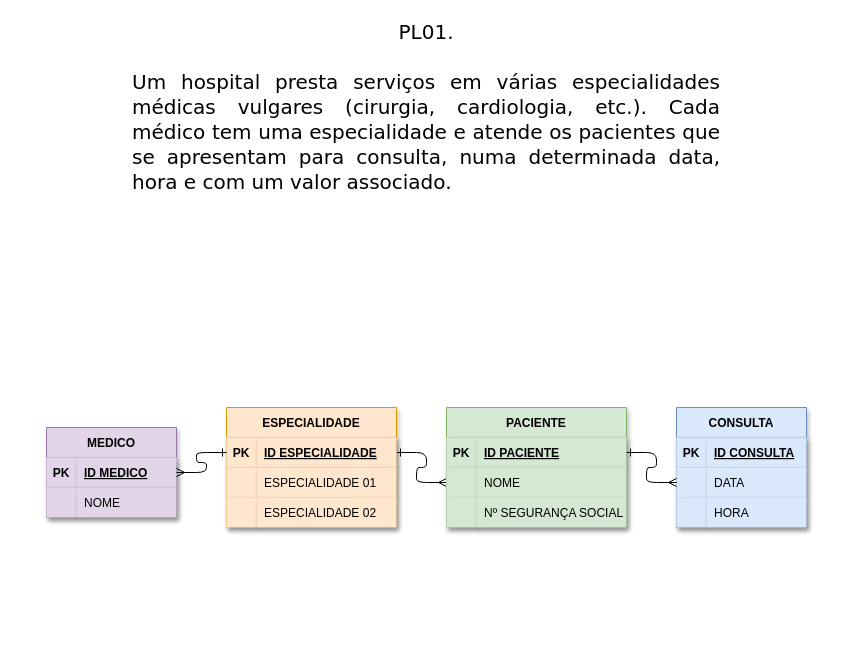
Earlier version of the draw.io diagram modelodados-pl01.drawio (NeanderFontes/ItCenter-DB). Source tidied: cells renumbered, new cells numbered last; positions are measured from the earlier drawing's top-left corner, leaving out a move shared by most shapes. Both pictures are drawn from the tidied source at 100%, with x=0, y=0 at pixel (46, 17).
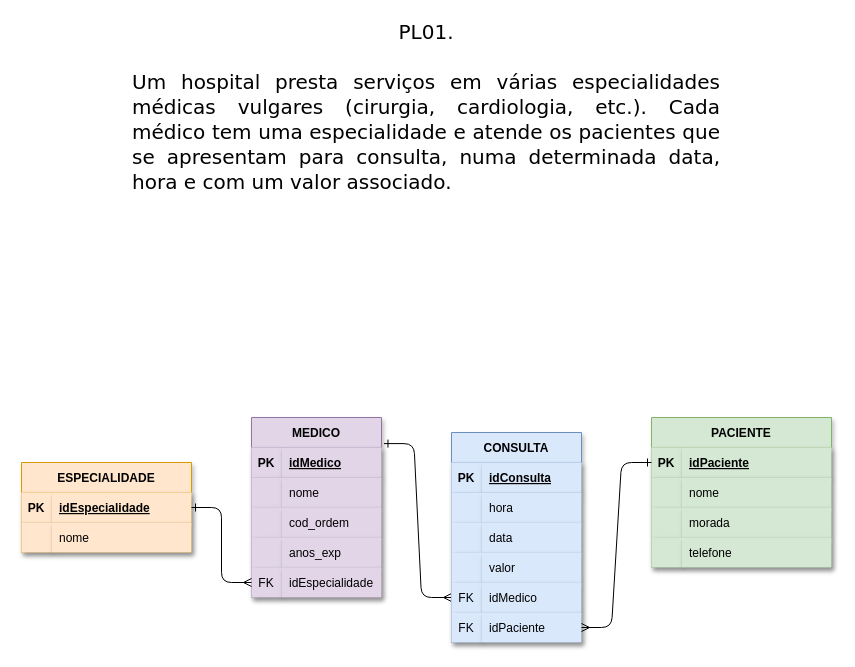
After the change.

Unchanged cells that the change refers to:
```xml
<mxCell id="4" style="shape=partialRectangle;fillColor=#ffe6cc;points=[[0,0.5],[1,0.5]];portConstraint=eastwest;top=0;left=0;right=0;bottom=1;strokeColor=#d79b00;swimlaneLine=1;shadow=1;" parent="3" vertex="1">
  <mxGeometry y="30" width="170" height="30" as="geometry" />
</mxCell>
<mxCell id="7" style="shape=partialRectangle;fillColor=#ffe6cc;top=0;left=0;right=0;bottom=0;strokeColor=#d79b00;swimlaneLine=1;shadow=1;" parent="3" vertex="1">
  <mxGeometry y="60" width="170" height="30" as="geometry" />
</mxCell>
<mxCell id="14" style="shape=partialRectangle;fillColor=#d5e8d4;points=[[0,0.5],[1,0.5]];portConstraint=eastwest;top=0;left=0;right=0;bottom=1;strokeColor=#82b366;swimlaneLine=1;shadow=1;" parent="13" vertex="1">
  <mxGeometry y="30" width="180" height="30" as="geometry" />
</mxCell>
<mxCell id="17" style="shape=partialRectangle;fillColor=#d5e8d4;points=[[0,0.5],[1,0.5]];portConstraint=eastwest;top=0;left=0;right=0;bottom=0;strokeColor=#82b366;swimlaneLine=1;shadow=1;" parent="13" vertex="1">
  <mxGeometry y="60" width="180" height="30" as="geometry" />
</mxCell>
<mxCell id="20" style="shape=partialRectangle;fillColor=#d5e8d4;top=0;left=0;right=0;bottom=0;strokeColor=#82b366;swimlaneLine=1;shadow=1;" parent="13" vertex="1">
  <mxGeometry y="90" width="180" height="30" as="geometry" />
</mxCell>
<mxCell id="24" style="shape=partialRectangle;fillColor=#e1d5e7;points=[[0,0.5],[1,0.5]];portConstraint=eastwest;top=0;left=0;right=0;bottom=1;strokeColor=#9673a6;swimlaneLine=1;shadow=1;" parent="23" vertex="1">
  <mxGeometry y="30" width="130" height="30" as="geometry" />
</mxCell>
<mxCell id="27" style="shape=partialRectangle;fillColor=#e1d5e7;top=0;left=0;right=0;bottom=0;strokeColor=#9673a6;swimlaneLine=1;shadow=1;" parent="23" vertex="1">
  <mxGeometry y="60" width="130" height="30" as="geometry" />
</mxCell>
<mxCell id="31" style="shape=partialRectangle;fillColor=#dae8fc;top=0;left=0;right=0;bottom=1;strokeColor=#6c8ebf;swimlaneLine=1;shadow=1;" parent="30" vertex="1">
  <mxGeometry y="30" width="130" height="30" as="geometry" />
</mxCell>
<mxCell id="34" style="shape=partialRectangle;fillColor=#dae8fc;points=[[0,0.5],[1,0.5]];portConstraint=eastwest;top=0;left=0;right=0;bottom=0;strokeColor=#6c8ebf;swimlaneLine=1;shadow=1;" parent="30" vertex="1">
  <mxGeometry y="60" width="130" height="30" as="geometry" />
</mxCell>
<mxCell id="37" style="shape=partialRectangle;fillColor=#dae8fc;top=0;left=0;right=0;bottom=0;strokeColor=#6c8ebf;swimlaneLine=1;shadow=1;" parent="30" vertex="1">
  <mxGeometry y="90" width="130" height="30" as="geometry" />
</mxCell>
```

Diff of the diagram source:
```diff
@@
-    <mxCell id="2" style="edgeStyle=entityRelationEdgeStyle;endArrow=ERmany;startArrow=ERone;endFill=0;startFill=0;swimlaneLine=1;shadow=0;" parent="1" edge="1" source="4" target="17">
+    <mxCell id="2" style="edgeStyle=entityRelationEdgeStyle;endArrow=ERmany;startArrow=ERone;endFill=0;startFill=0;swimlaneLine=1;shadow=0;entryX=0;entryY=0.5;entryDx=0;entryDy=0;exitX=1.019;exitY=0.145;exitDx=0;exitDy=0;exitPerimeter=0;" parent="1" edge="1" source="23" target="58">
       <mxGeometry relative="1" as="geometry" />
     </mxCell>
     <mxCell id="3" value="ESPECIALIDADE" style="shape=table;startSize=30;childLayout=tableLayout;rowLines=0;fontStyle=1;align=center;fillColor=#ffe6cc;strokeColor=#d79b00;swimlaneLine=1;shadow=1;" parent="1" vertex="1">
-      <mxGeometry x="180" y="390" width="170" height="120" as="geometry" />
+      <mxGeometry x="-25" y="445" width="170" height="90" as="geometry" />
     </mxCell>
@@
-    <mxCell id="6" value="ID ESPECIALIDADE" style="shape=partialRectangle;overflow=hidden;fillColor=#ffe6cc;top=0;left=0;bottom=0;right=0;align=left;spacingLeft=6;fontStyle=5;strokeColor=#d79b00;swimlaneLine=1;shadow=1;" parent="4" vertex="1">
+    <mxCell id="6" value="idEspecialidade" style="shape=partialRectangle;overflow=hidden;fillColor=#ffe6cc;top=0;left=0;bottom=0;right=0;align=left;spacingLeft=6;fontStyle=5;strokeColor=#d79b00;swimlaneLine=1;shadow=1;" parent="4" vertex="1">
       <mxGeometry x="30" width="140" height="30" as="geometry" />
     </mxCell>
@@
-    <mxCell id="9" value="ESPECIALIDADE 01" style="shape=partialRectangle;overflow=hidden;fillColor=#ffe6cc;top=0;left=0;bottom=0;right=0;align=left;spacingLeft=6;strokeColor=#d79b00;swimlaneLine=1;shadow=1;" parent="7" vertex="1">
+    <mxCell id="9" value="nome" style="shape=partialRectangle;overflow=hidden;fillColor=#ffe6cc;top=0;left=0;bottom=0;right=0;align=left;spacingLeft=6;strokeColor=#d79b00;swimlaneLine=1;shadow=1;" parent="7" vertex="1">
       <mxGeometry x="30" width="140" height="30" as="geometry" />
     </mxCell>
-    <mxCell id="10" style="shape=partialRectangle;fillColor=#ffe6cc;top=0;left=0;right=0;bottom=0;strokeColor=#d79b00;swimlaneLine=1;shadow=1;" parent="3" vertex="1">
-      <mxGeometry y="90" width="170" height="30" as="geometry" />
-    </mxCell>
-    <mxCell id="11" style="shape=partialRectangle;overflow=hidden;fillColor=#ffe6cc;top=0;left=0;bottom=0;right=0;strokeColor=#d79b00;swimlaneLine=1;shadow=1;" parent="10" vertex="1">
-      <mxGeometry width="30" height="30" as="geometry" />
-    </mxCell>
-    <mxCell id="12" value="ESPECIALIDADE 02" style="shape=partialRectangle;overflow=hidden;fillColor=#ffe6cc;top=0;left=0;bottom=0;right=0;align=left;spacingLeft=6;strokeColor=#d79b00;swimlaneLine=1;shadow=1;" parent="10" vertex="1">
-      <mxGeometry x="30" width="140" height="30" as="geometry" />
-    </mxCell>
     <mxCell id="13" value="PACIENTE" style="shape=table;startSize=30;childLayout=tableLayout;rowLines=0;fontStyle=1;align=center;fillColor=#d5e8d4;strokeColor=#82b366;swimlaneLine=1;shadow=1;" parent="1" vertex="1">
-      <mxGeometry x="400" y="390" width="180" height="120" as="geometry" />
+      <mxGeometry x="605" y="400" width="180" height="150" as="geometry" />
     </mxCell>
@@
-    <mxCell id="16" value="ID PACIENTE" style="shape=partialRectangle;overflow=hidden;fillColor=#d5e8d4;top=0;left=0;bottom=0;right=0;align=left;spacingLeft=6;fontStyle=5;strokeColor=#82b366;swimlaneLine=1;shadow=1;" parent="14" vertex="1">
+    <mxCell id="16" value="idPaciente" style="shape=partialRectangle;overflow=hidden;fillColor=#d5e8d4;top=0;left=0;bottom=0;right=0;align=left;spacingLeft=6;fontStyle=5;strokeColor=#82b366;swimlaneLine=1;shadow=1;" parent="14" vertex="1">
       <mxGeometry x="30" width="150" height="30" as="geometry" />
     </mxCell>
@@
-    <mxCell id="19" value="NOME" style="shape=partialRectangle;overflow=hidden;fillColor=#d5e8d4;top=0;left=0;bottom=0;right=0;align=left;spacingLeft=6;strokeColor=#82b366;swimlaneLine=1;shadow=1;" parent="17" vertex="1">
+    <mxCell id="19" value="nome" style="shape=partialRectangle;overflow=hidden;fillColor=#d5e8d4;top=0;left=0;bottom=0;right=0;align=left;spacingLeft=6;strokeColor=#82b366;swimlaneLine=1;shadow=1;" parent="17" vertex="1">
       <mxGeometry x="30" width="150" height="30" as="geometry" />
     </mxCell>
@@
-    <mxCell id="22" value="Nº SEGURANÇA SOCIAL" style="shape=partialRectangle;overflow=hidden;fillColor=#d5e8d4;top=0;left=0;bottom=0;right=0;align=left;spacingLeft=6;strokeColor=#82b366;swimlaneLine=1;shadow=1;" parent="20" vertex="1">
+    <mxCell id="22" value="morada" style="shape=partialRectangle;overflow=hidden;fillColor=#d5e8d4;top=0;left=0;bottom=0;right=0;align=left;spacingLeft=6;strokeColor=#82b366;swimlaneLine=1;shadow=1;" parent="20" vertex="1">
       <mxGeometry x="30" width="150" height="30" as="geometry" />
     </mxCell>
+    <mxCell id="43" style="shape=partialRectangle;fillColor=#d5e8d4;top=0;left=0;right=0;bottom=0;strokeColor=#82b366;swimlaneLine=1;shadow=1;" parent="13" vertex="1">
+      <mxGeometry y="120" width="180" height="30" as="geometry" />
+    </mxCell>
+    <mxCell id="44" style="shape=partialRectangle;overflow=hidden;fillColor=#d5e8d4;top=0;left=0;bottom=0;right=0;strokeColor=#82b366;swimlaneLine=1;shadow=1;" parent="43" vertex="1">
+      <mxGeometry width="30" height="30" as="geometry" />
+    </mxCell>
+    <mxCell id="45" value="telefone" style="shape=partialRectangle;overflow=hidden;fillColor=#d5e8d4;top=0;left=0;bottom=0;right=0;align=left;spacingLeft=6;strokeColor=#82b366;swimlaneLine=1;shadow=1;" parent="43" vertex="1">
+      <mxGeometry x="30" width="150" height="30" as="geometry" />
+    </mxCell>
     <mxCell id="23" value="MEDICO" style="shape=table;startSize=30;childLayout=tableLayout;rowLines=0;fontStyle=1;align=center;fillColor=#e1d5e7;strokeColor=#9673a6;swimlaneLine=1;shadow=1;" parent="1" vertex="1">
-      <mxGeometry y="410" width="130" height="90" as="geometry" />
+      <mxGeometry x="205" y="400" width="130" height="180" as="geometry" />
     </mxCell>
@@
-    <mxCell id="26" value="ID MEDICO" style="shape=partialRectangle;overflow=hidden;fillColor=#e1d5e7;top=0;left=0;bottom=0;right=0;align=left;spacingLeft=6;fontStyle=5;strokeColor=#9673a6;swimlaneLine=1;shadow=1;" parent="24" vertex="1">
+    <mxCell id="26" value="idMedico" style="shape=partialRectangle;overflow=hidden;fillColor=#e1d5e7;top=0;left=0;bottom=0;right=0;align=left;spacingLeft=6;fontStyle=5;strokeColor=#9673a6;swimlaneLine=1;shadow=1;" parent="24" vertex="1">
       <mxGeometry x="30" width="100" height="30" as="geometry" />
     </mxCell>
@@
-    <mxCell id="29" value="NOME" style="shape=partialRectangle;overflow=hidden;fillColor=#e1d5e7;top=0;left=0;bottom=0;right=0;align=left;spacingLeft=6;strokeColor=#9673a6;swimlaneLine=1;shadow=1;" parent="27" vertex="1">
+    <mxCell id="29" value="nome" style="shape=partialRectangle;overflow=hidden;fillColor=#e1d5e7;top=0;left=0;bottom=0;right=0;align=left;spacingLeft=6;strokeColor=#9673a6;swimlaneLine=1;shadow=1;" parent="27" vertex="1">
       <mxGeometry x="30" width="100" height="30" as="geometry" />
     </mxCell>
+    <mxCell id="46" style="shape=partialRectangle;fillColor=#e1d5e7;top=0;left=0;right=0;bottom=0;strokeColor=#9673a6;swimlaneLine=1;shadow=1;" parent="23" vertex="1">
+      <mxGeometry y="90" width="130" height="30" as="geometry" />
+    </mxCell>
+    <mxCell id="47" style="shape=partialRectangle;overflow=hidden;fillColor=#e1d5e7;top=0;left=0;bottom=0;right=0;strokeColor=#9673a6;swimlaneLine=1;shadow=1;" parent="46" vertex="1">
+      <mxGeometry width="30" height="30" as="geometry" />
+    </mxCell>
+    <mxCell id="48" value="cod_ordem" style="shape=partialRectangle;overflow=hidden;fillColor=#e1d5e7;top=0;left=0;bottom=0;right=0;align=left;spacingLeft=6;strokeColor=#9673a6;swimlaneLine=1;shadow=1;" parent="46" vertex="1">
+      <mxGeometry x="30" width="100" height="30" as="geometry" />
+    </mxCell>
+    <mxCell id="49" style="shape=partialRectangle;fillColor=#e1d5e7;top=0;left=0;right=0;bottom=0;strokeColor=#9673a6;swimlaneLine=1;shadow=1;" parent="23" vertex="1">
+      <mxGeometry y="120" width="130" height="30" as="geometry" />
+    </mxCell>
+    <mxCell id="50" style="shape=partialRectangle;overflow=hidden;fillColor=#e1d5e7;top=0;left=0;bottom=0;right=0;strokeColor=#9673a6;swimlaneLine=1;shadow=1;" parent="49" vertex="1">
+      <mxGeometry width="30" height="30" as="geometry" />
+    </mxCell>
+    <mxCell id="51" value="anos_exp" style="shape=partialRectangle;overflow=hidden;fillColor=#e1d5e7;top=0;left=0;bottom=0;right=0;align=left;spacingLeft=6;strokeColor=#9673a6;swimlaneLine=1;shadow=1;" parent="49" vertex="1">
+      <mxGeometry x="30" width="100" height="30" as="geometry" />
+    </mxCell>
+    <mxCell id="52" style="shape=partialRectangle;fillColor=#e1d5e7;points=[[0,0.5],[1,0.5]];portConstraint=eastwest;top=0;left=0;right=0;bottom=0;strokeColor=#9673a6;swimlaneLine=1;shadow=1;" parent="23" vertex="1">
+      <mxGeometry y="150" width="130" height="30" as="geometry" />
+    </mxCell>
+    <mxCell id="53" value="FK" style="shape=partialRectangle;overflow=hidden;fillColor=#e1d5e7;top=0;left=0;bottom=0;right=0;strokeColor=#9673a6;swimlaneLine=1;shadow=1;" parent="52" vertex="1">
+      <mxGeometry width="30" height="30" as="geometry" />
+    </mxCell>
+    <mxCell id="54" value="idEspecialidade" style="shape=partialRectangle;overflow=hidden;fillColor=#e1d5e7;top=0;left=0;bottom=0;right=0;align=left;spacingLeft=6;strokeColor=#9673a6;swimlaneLine=1;shadow=1;" parent="52" vertex="1">
+      <mxGeometry x="30" width="100" height="30" as="geometry" />
+    </mxCell>
     <mxCell id="30" value="CONSULTA" style="shape=table;startSize=30;childLayout=tableLayout;rowLines=0;fontStyle=1;align=center;fillColor=#dae8fc;strokeColor=#6c8ebf;swimlaneLine=1;shadow=1;" parent="1" vertex="1">
-      <mxGeometry x="630" y="390" width="130" height="120" as="geometry" />
+      <mxGeometry x="405" y="415" width="130" height="210" as="geometry" />
     </mxCell>
@@
-    <mxCell id="33" value="ID CONSULTA" style="shape=partialRectangle;overflow=hidden;fillColor=#dae8fc;top=0;left=0;bottom=0;right=0;align=left;spacingLeft=6;fontStyle=5;strokeColor=#6c8ebf;swimlaneLine=1;shadow=1;" parent="31" vertex="1">
+    <mxCell id="33" value="idConsulta" style="shape=partialRectangle;overflow=hidden;fillColor=#dae8fc;top=0;left=0;bottom=0;right=0;align=left;spacingLeft=6;fontStyle=5;strokeColor=#6c8ebf;swimlaneLine=1;shadow=1;" parent="31" vertex="1">
       <mxGeometry x="30" width="100" height="30" as="geometry" />
     </mxCell>
@@
-    <mxCell id="36" value="DATA" style="shape=partialRectangle;overflow=hidden;fillColor=#dae8fc;top=0;left=0;bottom=0;right=0;align=left;spacingLeft=6;strokeColor=#6c8ebf;swimlaneLine=1;shadow=1;" parent="34" vertex="1">
+    <mxCell id="36" value="hora" style="shape=partialRectangle;overflow=hidden;fillColor=#dae8fc;top=0;left=0;bottom=0;right=0;align=left;spacingLeft=6;strokeColor=#6c8ebf;swimlaneLine=1;shadow=1;" parent="34" vertex="1">
       <mxGeometry x="30" width="100" height="30" as="geometry" />
     </mxCell>
@@
-    <mxCell id="39" value="HORA" style="shape=partialRectangle;overflow=hidden;fillColor=#dae8fc;top=0;left=0;bottom=0;right=0;align=left;spacingLeft=6;strokeColor=#6c8ebf;swimlaneLine=1;shadow=1;" parent="37" vertex="1">
+    <mxCell id="39" value="data" style="shape=partialRectangle;overflow=hidden;fillColor=#dae8fc;top=0;left=0;bottom=0;right=0;align=left;spacingLeft=6;strokeColor=#6c8ebf;swimlaneLine=1;shadow=1;" parent="37" vertex="1">
       <mxGeometry x="30" width="100" height="30" as="geometry" />
     </mxCell>
+    <mxCell id="55" style="shape=partialRectangle;fillColor=#dae8fc;top=0;left=0;right=0;bottom=0;strokeColor=#6c8ebf;swimlaneLine=1;shadow=1;" parent="30" vertex="1">
+      <mxGeometry y="120" width="130" height="30" as="geometry" />
+    </mxCell>
+    <mxCell id="56" style="shape=partialRectangle;overflow=hidden;fillColor=#dae8fc;top=0;left=0;bottom=0;right=0;strokeColor=#6c8ebf;swimlaneLine=1;shadow=1;" parent="55" vertex="1">
+      <mxGeometry width="30" height="30" as="geometry" />
+    </mxCell>
+    <mxCell id="57" value="valor" style="shape=partialRectangle;overflow=hidden;fillColor=#dae8fc;top=0;left=0;bottom=0;right=0;align=left;spacingLeft=6;strokeColor=#6c8ebf;swimlaneLine=1;shadow=1;" parent="55" vertex="1">
+      <mxGeometry x="30" width="100" height="30" as="geometry" />
+    </mxCell>
+    <mxCell id="58" style="shape=partialRectangle;fillColor=#dae8fc;points=[[0,0.5],[1,0.5]];portConstraint=eastwest;top=0;left=0;right=0;bottom=0;strokeColor=#6c8ebf;swimlaneLine=1;shadow=1;" parent="30" vertex="1">
+      <mxGeometry y="150" width="130" height="30" as="geometry" />
+    </mxCell>
+    <mxCell id="59" value="FK" style="shape=partialRectangle;overflow=hidden;fillColor=#dae8fc;top=0;left=0;bottom=0;right=0;strokeColor=#6c8ebf;swimlaneLine=1;shadow=1;" parent="58" vertex="1">
+      <mxGeometry width="30" height="30" as="geometry" />
+    </mxCell>
+    <mxCell id="60" value="idMedico" style="shape=partialRectangle;overflow=hidden;fillColor=#dae8fc;top=0;left=0;bottom=0;right=0;align=left;spacingLeft=6;strokeColor=#6c8ebf;swimlaneLine=1;shadow=1;" parent="58" vertex="1">
+      <mxGeometry x="30" width="100" height="30" as="geometry" />
+    </mxCell>
+    <mxCell id="61" style="shape=partialRectangle;fillColor=#dae8fc;points=[[0,0.5],[1,0.5]];portConstraint=eastwest;top=0;left=0;right=0;bottom=0;strokeColor=#6c8ebf;swimlaneLine=1;shadow=1;" parent="30" vertex="1">
+      <mxGeometry y="180" width="130" height="30" as="geometry" />
+    </mxCell>
+    <mxCell id="62" value="FK" style="shape=partialRectangle;overflow=hidden;fillColor=#dae8fc;top=0;left=0;bottom=0;right=0;strokeColor=#6c8ebf;swimlaneLine=1;shadow=1;" parent="61" vertex="1">
+      <mxGeometry width="30" height="30" as="geometry" />
+    </mxCell>
+    <mxCell id="63" value="idPaciente" style="shape=partialRectangle;overflow=hidden;fillColor=#dae8fc;top=0;left=0;bottom=0;right=0;align=left;spacingLeft=6;strokeColor=#6c8ebf;swimlaneLine=1;shadow=1;" parent="61" vertex="1">
+      <mxGeometry x="30" width="100" height="30" as="geometry" />
+    </mxCell>
-    <mxCell id="40" style="edgeStyle=entityRelationEdgeStyle;endArrow=ERmany;startArrow=ERone;endFill=0;startFill=0;entryX=0;entryY=0.5;entryDx=0;entryDy=0;exitX=1;exitY=0.5;exitDx=0;exitDy=0;swimlaneLine=1;shadow=0;" parent="1" edge="1" source="14" target="34">
+    <mxCell id="40" style="edgeStyle=entityRelationEdgeStyle;endArrow=ERmany;startArrow=ERone;endFill=0;startFill=0;entryX=1;entryY=0.5;entryDx=0;entryDy=0;exitX=0;exitY=0.5;exitDx=0;exitDy=0;swimlaneLine=1;shadow=0;" parent="1" edge="1" source="14" target="61">
       <mxGeometry relative="1" as="geometry" />
     </mxCell>
-    <mxCell id="41" style="edgeStyle=entityRelationEdgeStyle;endArrow=ERone;startArrow=ERmany;endFill=0;startFill=0;exitX=1;exitY=0.5;exitDx=0;exitDy=0;entryX=0;entryY=0.5;entryDx=0;entryDy=0;swimlaneLine=1;shadow=0;" parent="1" edge="1" source="24" target="4">
+    <mxCell id="41" style="edgeStyle=entityRelationEdgeStyle;endArrow=ERone;startArrow=ERmany;endFill=0;startFill=0;exitX=0;exitY=0.5;exitDx=0;exitDy=0;entryX=1;entryY=0.5;entryDx=0;entryDy=0;swimlaneLine=1;shadow=0;" parent="1" edge="1" source="52" target="3">
       <mxGeometry relative="1" as="geometry" />
     </mxCell>
```
